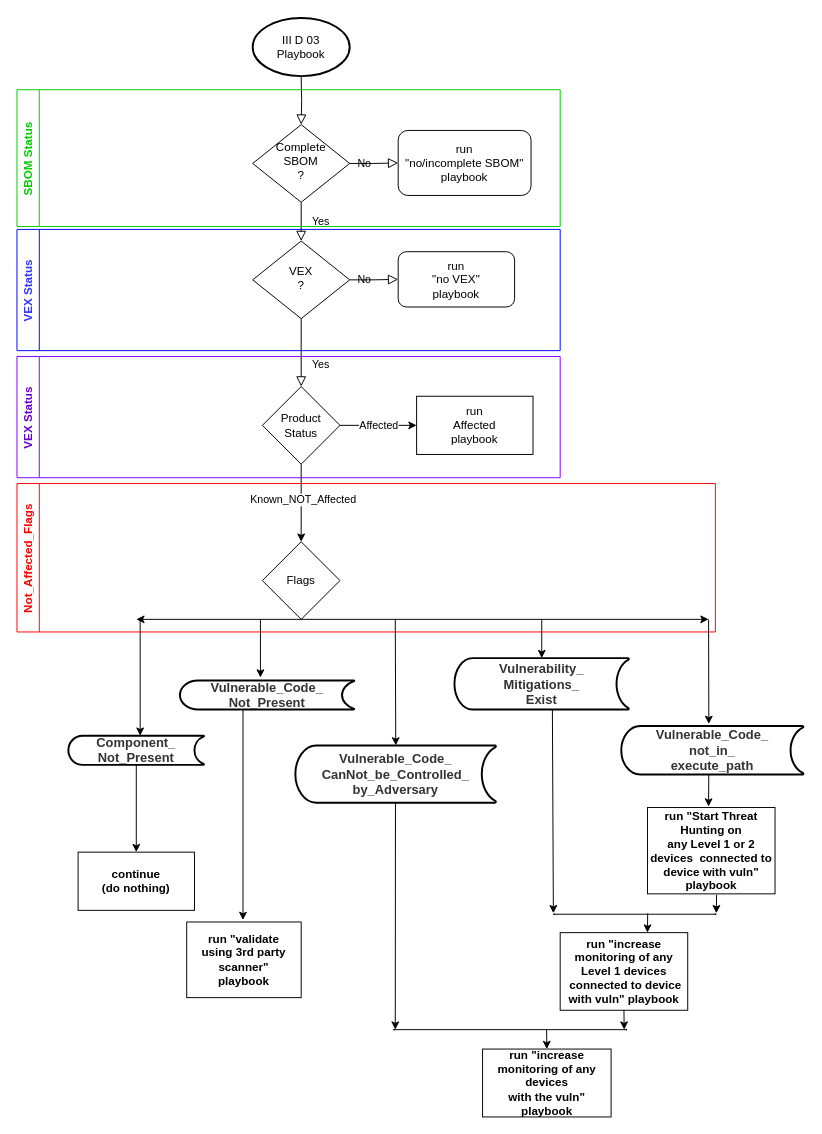
Earlier version of the draw.io diagram Images/IIID03.drawio (sparrell/Ogres). Source tidied: cells renumbered, new cells numbered last; positions are measured from the earlier drawing's top-left corner, leaving out a move shared by most shapes. Both pictures are drawn from the tidied source at 97%, with x=0, y=0 at pixel (16, 17).
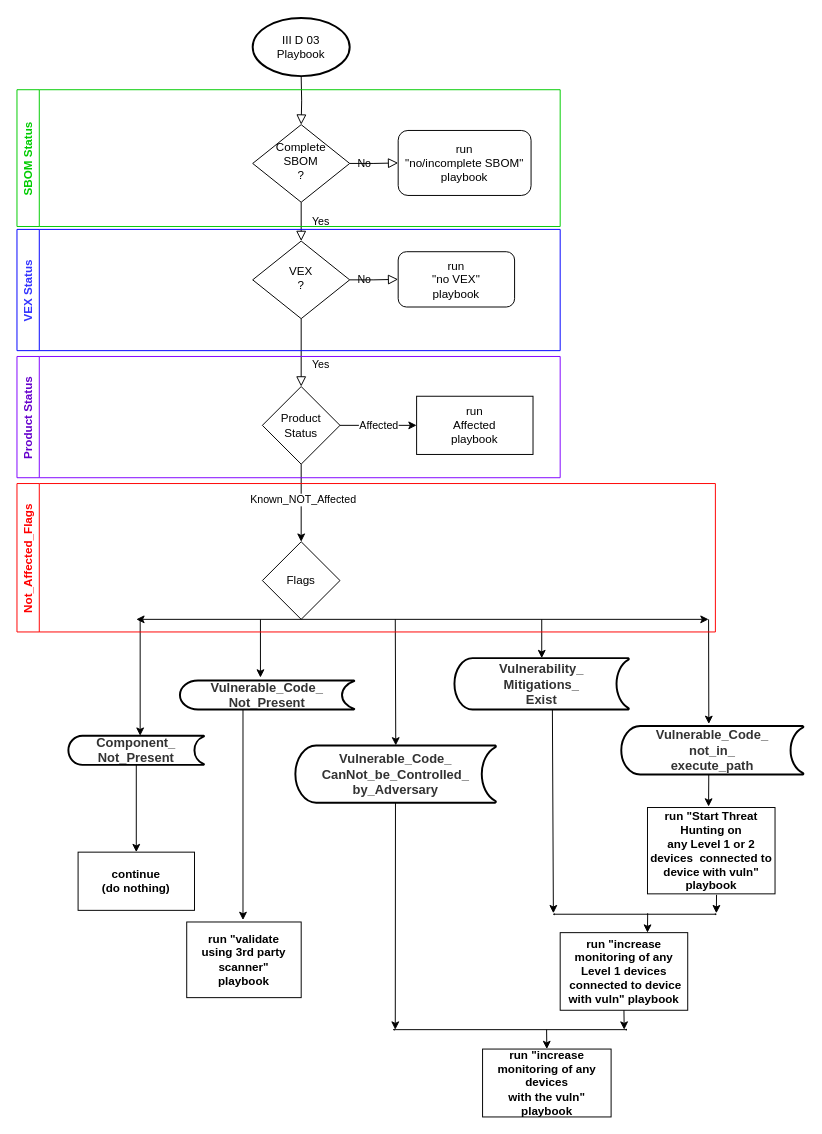
The same diagram, later.

The edit, as a diff of the source:
```diff
@@
-    <mxCell id="47" value="VEX Status" style="swimlane;horizontal=0;strokeColor=#7F00FF;fontColor=#6600CC;" parent="1" vertex="1">
+    <mxCell id="47" value="Product Status" style="swimlane;horizontal=0;strokeColor=#7F00FF;fontColor=#6600CC;" parent="1" vertex="1">
       <mxGeometry y="349" width="560" height="125" as="geometry" />
     </mxCell>
```
